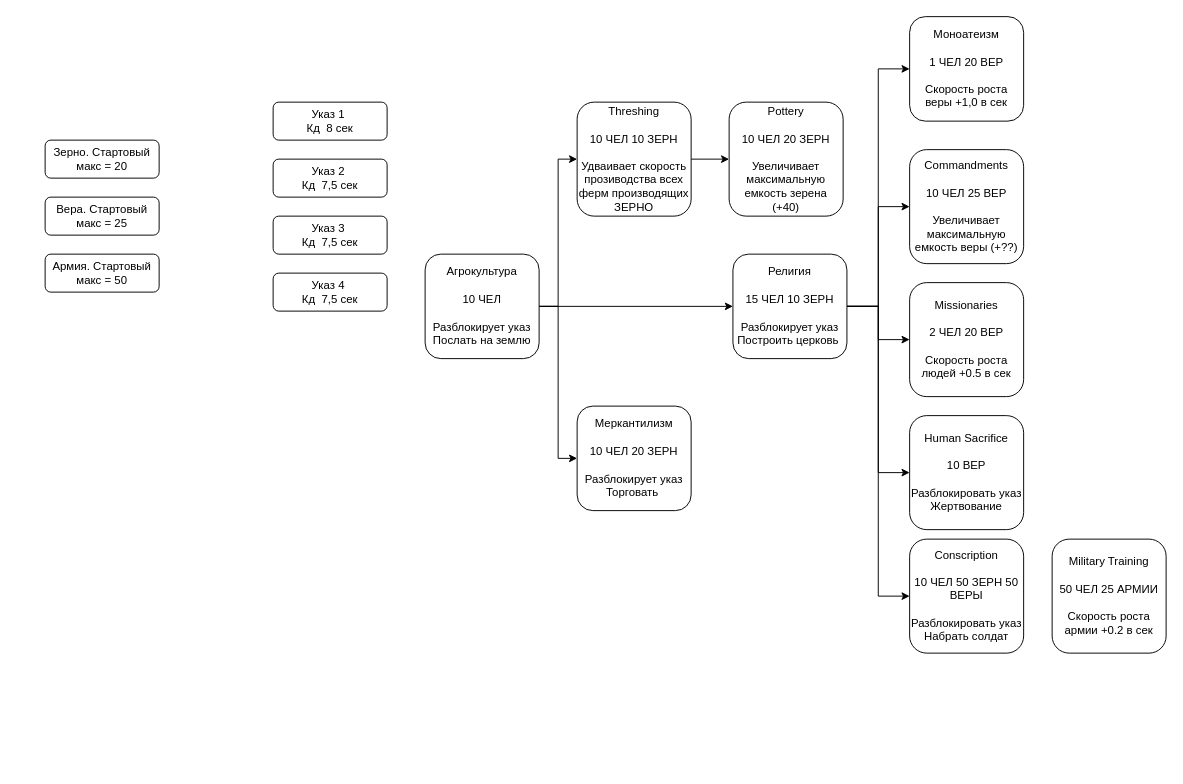
42ama/open-drawio keeps this draw.io diagram as Untitled Diagram.drawio. Above is the earlier version. Source tidied: cells renumbered, new cells numbered last; positions are measured from the earlier drawing's top-left corner, leaving out a move shared by most shapes. Both pictures are drawn from the tidied source at 95%, with x=0, y=0 at pixel (45, 16).
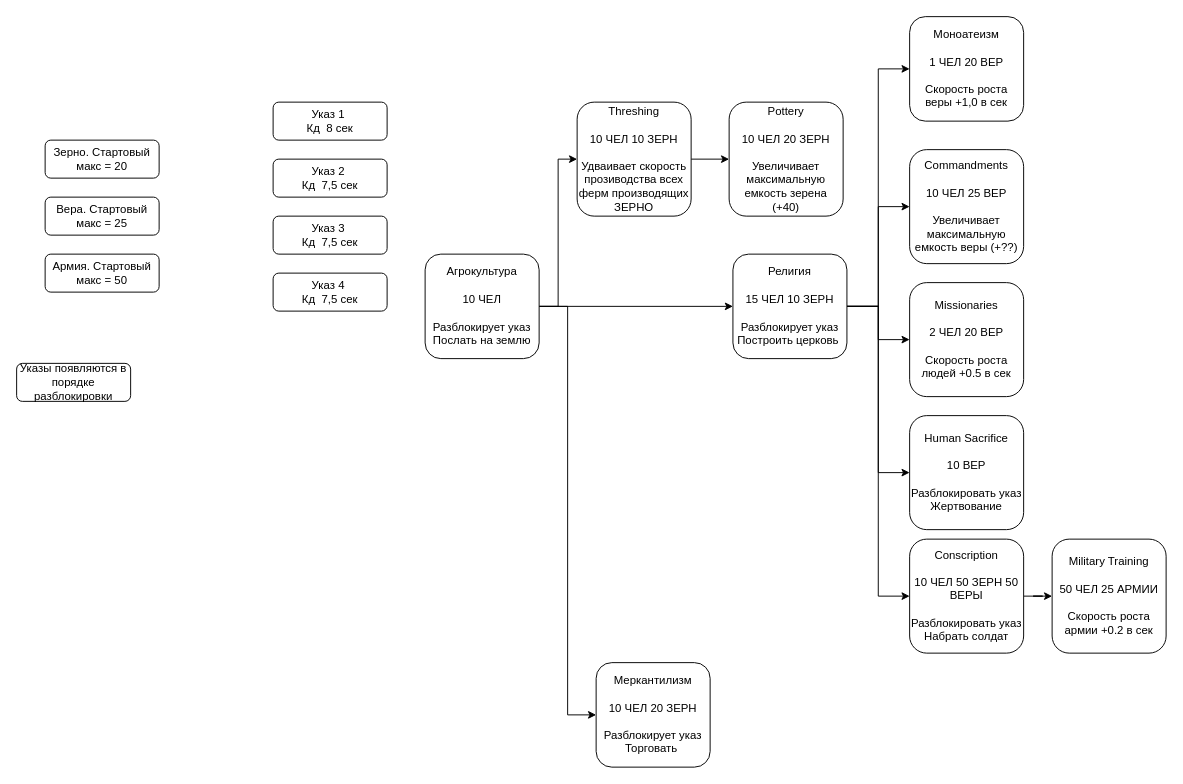
The same page after the edit.

The change refers to these unchanged cells:
```xml
<mxCell id="24" value="Conscription&lt;br&gt;&lt;br&gt;10 ЧЕЛ 50 ЗЕРН 50 ВЕРЫ&lt;br&gt;&lt;br&gt;Разблокировать указ Набрать солдат" style="rounded=1;whiteSpace=wrap;html=1;" parent="1" vertex="1">
  <mxGeometry x="910" y="550" width="120" height="120" as="geometry" />
</mxCell>
<mxCell id="25" value="Military Training&lt;br&gt;&lt;br&gt;50 ЧЕЛ 25 АРМИИ&lt;br&gt;&lt;br&gt;Скорость роста армии +0.2 в сек" style="rounded=1;whiteSpace=wrap;html=1;" parent="1" vertex="1">
  <mxGeometry x="1060" y="550" width="120" height="120" as="geometry" />
</mxCell>
```

What changed in the source:
```diff
@@
     <mxCell id="14" value="Меркантилизм&lt;br&gt;&lt;br&gt;10 ЧЕЛ 20 ЗЕРН&lt;br&gt;&lt;br&gt;Разблокирует указ Торговать&amp;nbsp;" style="rounded=1;whiteSpace=wrap;html=1;" parent="1" vertex="1">
-      <mxGeometry x="560" y="410" width="120" height="110" as="geometry" />
+      <mxGeometry x="580" y="680" width="120" height="110" as="geometry" />
     </mxCell>
@@
+    <mxCell id="29" style="edgeStyle=orthogonalEdgeStyle;rounded=0;jettySize=auto;html=1;" parent="1" edge="1" source="24" target="25">
+      <mxGeometry relative="1" as="geometry" />
+    </mxCell>
@@
+    <mxCell id="30" value="Указы появляются в порядке разблокировки" style="rounded=1;whiteSpace=wrap;html=1;" parent="1" vertex="1">
+      <mxGeometry x="-30" y="365" width="120" height="40" as="geometry" />
+    </mxCell>
```
